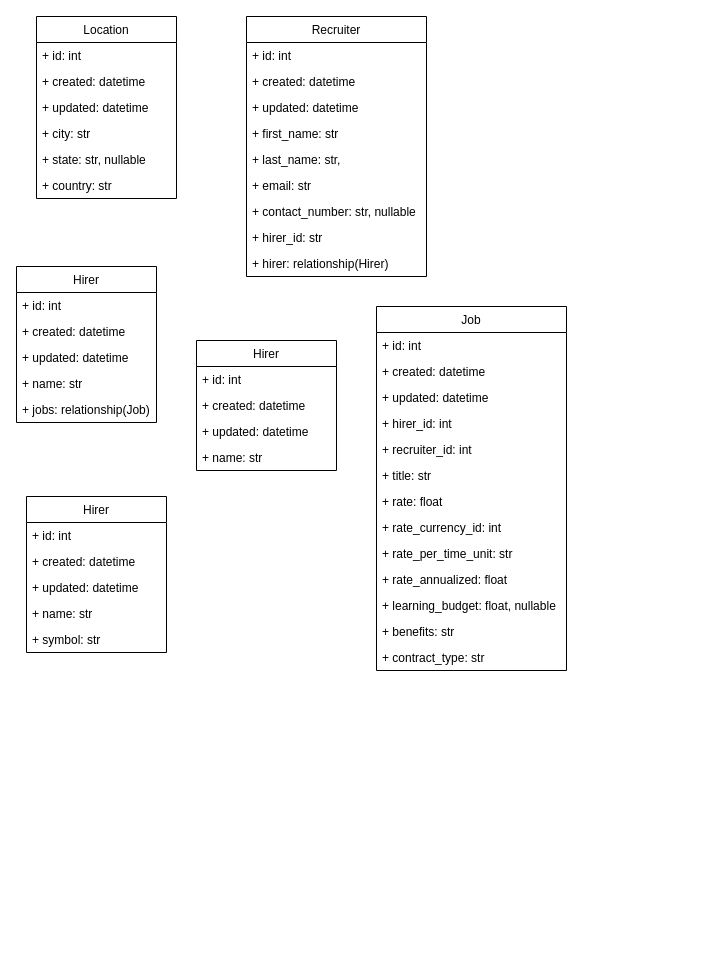
abunuwas/conferences-images keeps this draw.io diagram as Untitled Diagram.drawio. Above is the earlier version. Source tidied: cells renumbered, new cells numbered last; positions are measured from the earlier drawing's top-left corner, leaving out a move shared by most shapes. Both pictures are drawn from the tidied source at 100%, with x=0, y=0 at pixel (16, 16).
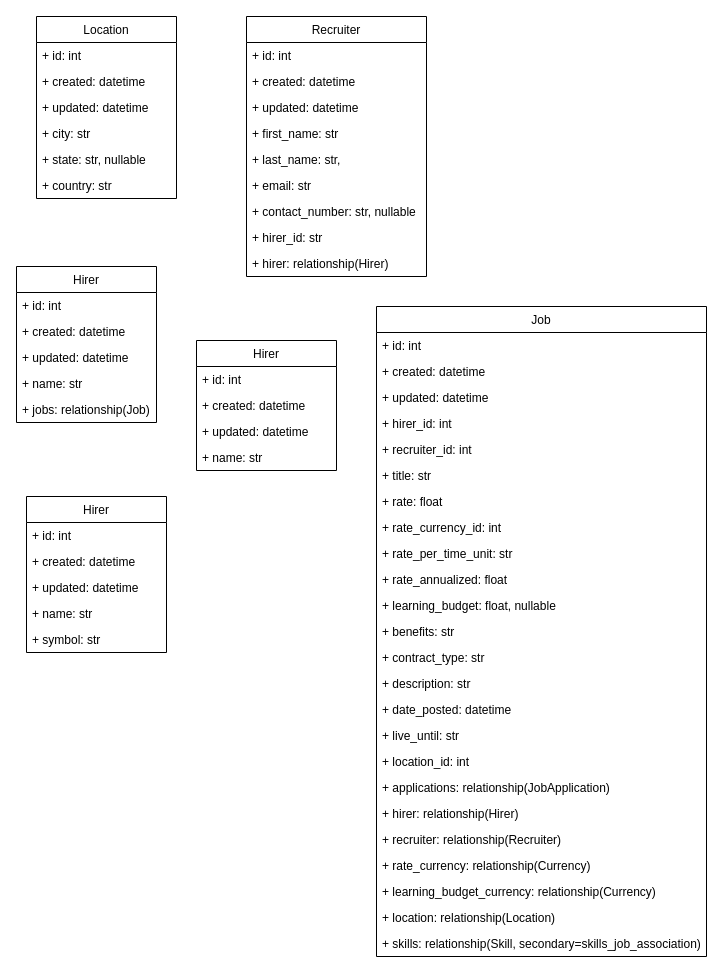
The same diagram, later.

Change to the diagram source:
```diff
@@
     <mxCell id="19" value="Job" style="swimlane;fontStyle=0;horizontal=1;startSize=26;fillColor=none;" parent="1" vertex="1">
-      <mxGeometry x="360" y="290" width="190" height="364" as="geometry" />
+      <mxGeometry x="360" y="290" width="330" height="650" as="geometry" />
     </mxCell>
     <mxCell id="20" value="+ id: int" style="text;strokeColor=none;fillColor=none;align=left;verticalAlign=top;spacingLeft=4;spacingRight=4;overflow=hidden;" parent="19" vertex="1">
-      <mxGeometry y="26" width="190" height="26" as="geometry" />
+      <mxGeometry y="26" width="330" height="26" as="geometry" />
     </mxCell>
     <mxCell id="21" value="+ created: datetime" style="text;strokeColor=none;fillColor=none;align=left;verticalAlign=top;spacingLeft=4;spacingRight=4;overflow=hidden;" parent="19" vertex="1">
-      <mxGeometry y="52" width="190" height="26" as="geometry" />
+      <mxGeometry y="52" width="330" height="26" as="geometry" />
     </mxCell>
     <mxCell id="22" value="+ updated: datetime" style="text;strokeColor=none;fillColor=none;align=left;verticalAlign=top;spacingLeft=4;spacingRight=4;overflow=hidden;" parent="19" vertex="1">
-      <mxGeometry y="78" width="190" height="26" as="geometry" />
+      <mxGeometry y="78" width="330" height="26" as="geometry" />
     </mxCell>
     <mxCell id="23" value="+ hirer_id: int" style="text;strokeColor=none;fillColor=none;align=left;verticalAlign=top;spacingLeft=4;spacingRight=4;overflow=hidden;" parent="19" vertex="1">
-      <mxGeometry y="104" width="190" height="26" as="geometry" />
+      <mxGeometry y="104" width="330" height="26" as="geometry" />
     </mxCell>
     <mxCell id="24" value="+ recruiter_id: int" style="text;strokeColor=none;fillColor=none;align=left;verticalAlign=top;spacingLeft=4;spacingRight=4;overflow=hidden;" parent="19" vertex="1">
-      <mxGeometry y="130" width="190" height="26" as="geometry" />
+      <mxGeometry y="130" width="330" height="26" as="geometry" />
     </mxCell>
     <mxCell id="25" value="+ title: str" style="text;strokeColor=none;fillColor=none;align=left;verticalAlign=top;spacingLeft=4;spacingRight=4;overflow=hidden;" parent="19" vertex="1">
-      <mxGeometry y="156" width="190" height="26" as="geometry" />
+      <mxGeometry y="156" width="330" height="26" as="geometry" />
     </mxCell>
     <mxCell id="26" value="+ rate: float" style="text;strokeColor=none;fillColor=none;align=left;verticalAlign=top;spacingLeft=4;spacingRight=4;overflow=hidden;" parent="19" vertex="1">
-      <mxGeometry y="182" width="190" height="26" as="geometry" />
+      <mxGeometry y="182" width="330" height="26" as="geometry" />
     </mxCell>
     <mxCell id="27" value="+ rate_currency_id: int" style="text;strokeColor=none;fillColor=none;align=left;verticalAlign=top;spacingLeft=4;spacingRight=4;overflow=hidden;" parent="19" vertex="1">
-      <mxGeometry y="208" width="190" height="26" as="geometry" />
+      <mxGeometry y="208" width="330" height="26" as="geometry" />
     </mxCell>
     <mxCell id="28" value="+ rate_per_time_unit: str" style="text;strokeColor=none;fillColor=none;align=left;verticalAlign=top;spacingLeft=4;spacingRight=4;overflow=hidden;" parent="19" vertex="1">
-      <mxGeometry y="234" width="190" height="26" as="geometry" />
+      <mxGeometry y="234" width="330" height="26" as="geometry" />
     </mxCell>
     <mxCell id="29" value="+ rate_annualized: float" style="text;strokeColor=none;fillColor=none;align=left;verticalAlign=top;spacingLeft=4;spacingRight=4;overflow=hidden;" parent="19" vertex="1">
-      <mxGeometry y="260" width="190" height="26" as="geometry" />
+      <mxGeometry y="260" width="330" height="26" as="geometry" />
     </mxCell>
     <mxCell id="30" value="+ learning_budget: float, nullable" style="text;strokeColor=none;fillColor=none;align=left;verticalAlign=top;spacingLeft=4;spacingRight=4;overflow=hidden;" parent="19" vertex="1">
-      <mxGeometry y="286" width="190" height="26" as="geometry" />
+      <mxGeometry y="286" width="330" height="26" as="geometry" />
     </mxCell>
     <mxCell id="31" value="+ benefits: str" style="text;strokeColor=none;fillColor=none;align=left;verticalAlign=top;spacingLeft=4;spacingRight=4;overflow=hidden;" parent="19" vertex="1">
-      <mxGeometry y="312" width="190" height="26" as="geometry" />
+      <mxGeometry y="312" width="330" height="26" as="geometry" />
     </mxCell>
     <mxCell id="32" value="+ contract_type: str" style="text;strokeColor=none;fillColor=none;align=left;verticalAlign=top;spacingLeft=4;spacingRight=4;overflow=hidden;" parent="19" vertex="1">
-      <mxGeometry y="338" width="190" height="26" as="geometry" />
+      <mxGeometry y="338" width="330" height="26" as="geometry" />
     </mxCell>
+    <mxCell id="50" value="+ description: str" style="text;strokeColor=none;fillColor=none;align=left;verticalAlign=top;spacingLeft=4;spacingRight=4;overflow=hidden;" parent="19" vertex="1">
+      <mxGeometry y="364" width="330" height="26" as="geometry" />
+    </mxCell>
+    <mxCell id="51" value="+ date_posted: datetime" style="text;strokeColor=none;fillColor=none;align=left;verticalAlign=top;spacingLeft=4;spacingRight=4;overflow=hidden;" parent="19" vertex="1">
+      <mxGeometry y="390" width="330" height="26" as="geometry" />
+    </mxCell>
+    <mxCell id="52" value="+ live_until: str" style="text;strokeColor=none;fillColor=none;align=left;verticalAlign=top;spacingLeft=4;spacingRight=4;overflow=hidden;" parent="19" vertex="1">
+      <mxGeometry y="416" width="330" height="26" as="geometry" />
+    </mxCell>
+    <mxCell id="53" value="+ location_id: int" style="text;strokeColor=none;fillColor=none;align=left;verticalAlign=top;spacingLeft=4;spacingRight=4;overflow=hidden;" parent="19" vertex="1">
+      <mxGeometry y="442" width="330" height="26" as="geometry" />
+    </mxCell>
+    <mxCell id="54" value="+ applications: relationship(JobApplication)" style="text;strokeColor=none;fillColor=none;align=left;verticalAlign=top;spacingLeft=4;spacingRight=4;overflow=hidden;" parent="19" vertex="1">
+      <mxGeometry y="468" width="330" height="26" as="geometry" />
+    </mxCell>
+    <mxCell id="55" value="+ hirer: relationship(Hirer)" style="text;strokeColor=none;fillColor=none;align=left;verticalAlign=top;spacingLeft=4;spacingRight=4;overflow=hidden;" parent="19" vertex="1">
+      <mxGeometry y="494" width="330" height="26" as="geometry" />
+    </mxCell>
+    <mxCell id="56" value="+ recruiter: relationship(Recruiter)" style="text;strokeColor=none;fillColor=none;align=left;verticalAlign=top;spacingLeft=4;spacingRight=4;overflow=hidden;" parent="19" vertex="1">
+      <mxGeometry y="520" width="330" height="26" as="geometry" />
+    </mxCell>
+    <mxCell id="57" value="+ rate_currency: relationship(Currency)" style="text;strokeColor=none;fillColor=none;align=left;verticalAlign=top;spacingLeft=4;spacingRight=4;overflow=hidden;" parent="19" vertex="1">
+      <mxGeometry y="546" width="330" height="26" as="geometry" />
+    </mxCell>
+    <mxCell id="58" value="+ learning_budget_currency: relationship(Currency)" style="text;strokeColor=none;fillColor=none;align=left;verticalAlign=top;spacingLeft=4;spacingRight=4;overflow=hidden;" parent="19" vertex="1">
+      <mxGeometry y="572" width="330" height="26" as="geometry" />
+    </mxCell>
+    <mxCell id="59" value="+ location: relationship(Location)" style="text;strokeColor=none;fillColor=none;align=left;verticalAlign=top;spacingLeft=4;spacingRight=4;overflow=hidden;" parent="19" vertex="1">
+      <mxGeometry y="598" width="330" height="26" as="geometry" />
+    </mxCell>
+    <mxCell id="60" value="+ skills: relationship(Skill, secondary=skills_job_association)" style="text;strokeColor=none;fillColor=none;align=left;verticalAlign=top;spacingLeft=4;spacingRight=4;overflow=hidden;" parent="19" vertex="1">
+      <mxGeometry y="624" width="330" height="26" as="geometry" />
+    </mxCell>
```
